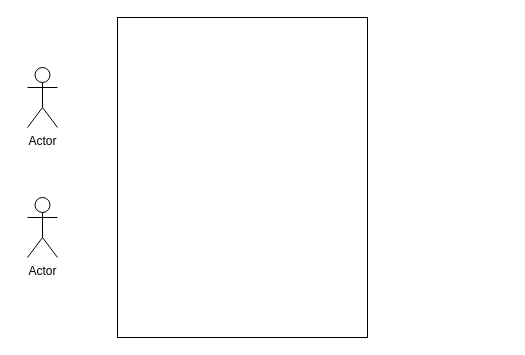
Above: domain_model_Workshop_2.drawio in antonykimuom/SWEN30006-2025-SM1-workshop1-tuew05-14-00-team-12 (draw.io), before the change. Source tidied: cells renumbered, new cells numbered last; positions are measured from the earlier drawing's top-left corner, leaving out a move shared by most shapes. Both pictures are drawn from the tidied source at 100%, with x=0, y=0 at pixel (27, 17).
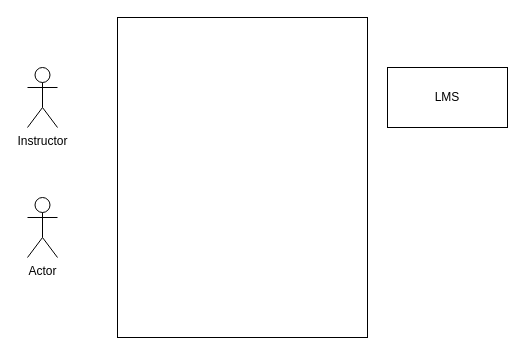
Above is the later version.

Change to the diagram source:
```diff
@@
 <mxGraphModel>
   <root>
     <mxCell id="0" />
     <mxCell id="1" parent="0" />
     <mxCell id="2" style="rounded=0;whiteSpace=wrap;html=1;" parent="1" vertex="1">
       <mxGeometry x="90" width="250" height="320" as="geometry" />
     </mxCell>
-    <mxCell id="3" value="Actor" style="shape=umlActor;verticalLabelPosition=bottom;verticalAlign=top;html=1;" parent="1" vertex="1">
+    <mxCell id="3" value="Instructor" style="shape=umlActor;verticalLabelPosition=bottom;verticalAlign=top;html=1;" parent="1" vertex="1">
       <mxGeometry y="50" width="30" height="60" as="geometry" />
     </mxCell>
     <mxCell id="4" value="Actor" style="shape=umlActor;verticalLabelPosition=bottom;verticalAlign=top;html=1;" parent="1" vertex="1">
       <mxGeometry y="180" width="30" height="60" as="geometry" />
     </mxCell>
+    <mxCell id="5" value="LMS" style="rounded=0;whiteSpace=wrap;html=1;" parent="1" vertex="1">
+      <mxGeometry x="360" y="50" width="120" height="60" as="geometry" />
+    </mxCell>
   </root>
 </mxGraphModel>
```
